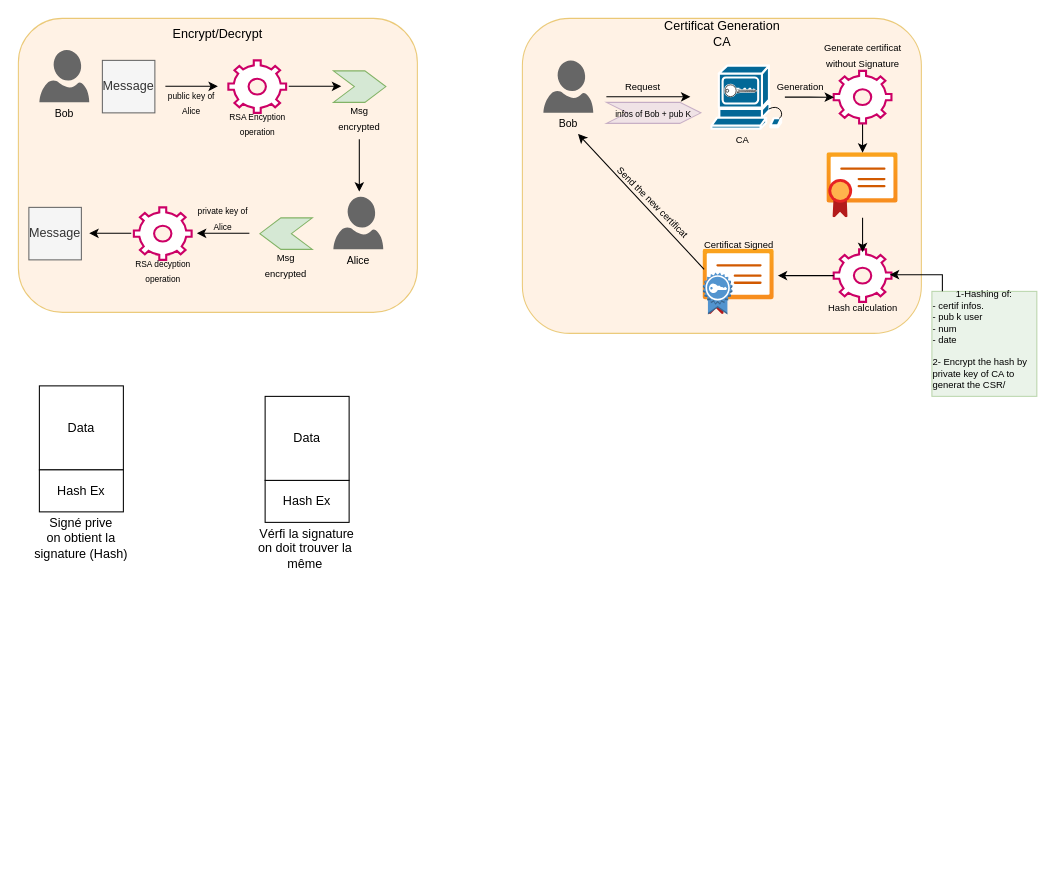
This is schema.drawio from mahmoud-illourmane/projet-rt802, a draw.io file, before an edit. Source tidied: cells renumbered, new cells numbered last; positions are measured from the earlier drawing's top-left corner, leaving out a move shared by most shapes. Both pictures are drawn from the tidied source at 105%, with x=0, y=0 at pixel (18, 18).
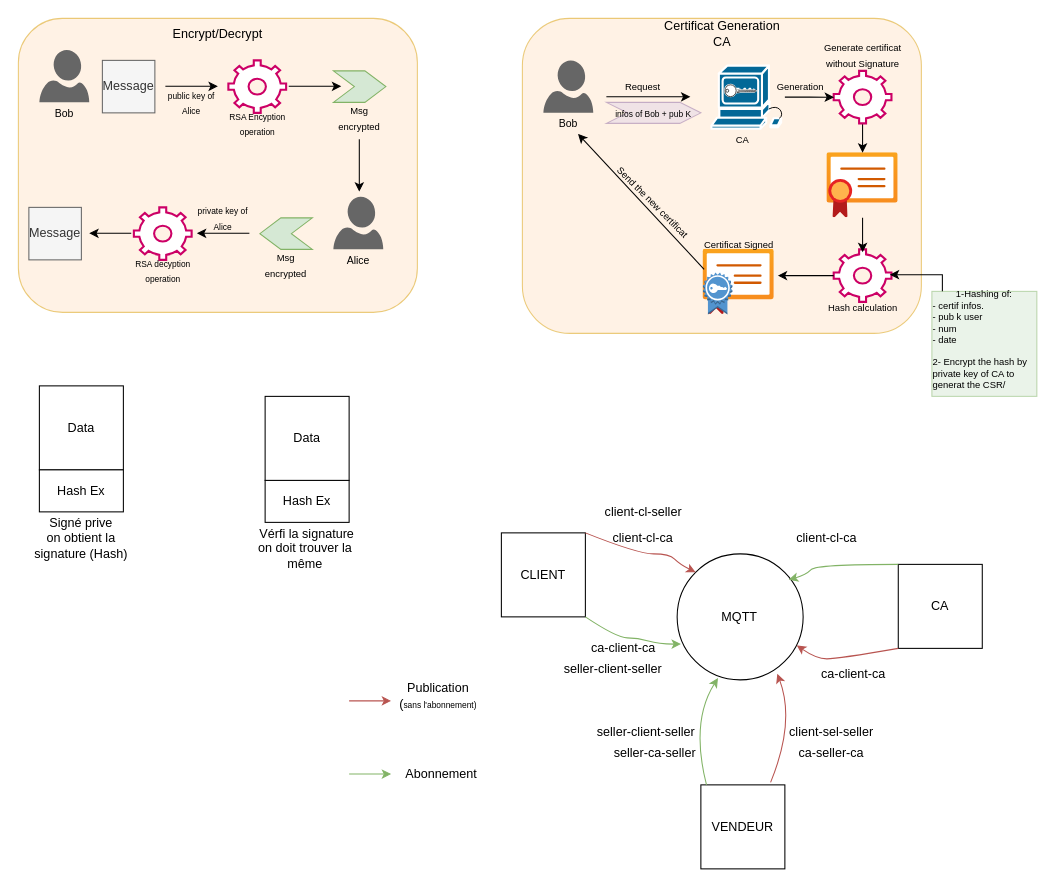
The same page after the edit.

Change to the diagram source:
```diff
@@
+    <mxCell id="63" value="CLIENT" style="whiteSpace=wrap;html=1;" parent="1" vertex="1">
+      <mxGeometry x="460" y="490" width="80" height="80" as="geometry" />
+    </mxCell>
+    <mxCell id="64" value="VENDEUR" style="whiteSpace=wrap;html=1;" parent="1" vertex="1">
+      <mxGeometry x="650" y="730" width="80" height="80" as="geometry" />
+    </mxCell>
+    <mxCell id="65" value="CA" style="whiteSpace=wrap;html=1;" parent="1" vertex="1">
+      <mxGeometry x="838" y="520" width="80" height="80" as="geometry" />
+    </mxCell>
+    <mxCell id="66" value="MQTT" style="ellipse;whiteSpace=wrap;html=1;" parent="1" vertex="1">
+      <mxGeometry x="627.4" y="510" width="120" height="120" as="geometry" />
+    </mxCell>
+    <mxCell id="67" style="curved=1;endArrow=classic;html=1;rounded=0;exitX=1;exitY=0;exitDx=0;exitDy=0;entryX=0;entryY=0;entryDx=0;entryDy=0;fillColor=#f8cecc;strokeColor=#b85450;" parent="1" edge="1" source="63" target="66">
+      <mxGeometry relative="1" as="geometry">
+        <Array as="points">
+          <mxPoint x="590" y="510" />
+          <mxPoint x="620" y="510" />
+          <mxPoint x="630" y="520" />
+        </Array>
+      </mxGeometry>
+    </mxCell>
+    <mxCell id="68" value="client-cl-ca" style="text;html=1;align=center;verticalAlign=middle;whiteSpace=wrap;rounded=0;" parent="1" vertex="1">
+      <mxGeometry x="565" y="480" width="60" height="30" as="geometry" />
+    </mxCell>
+    <mxCell id="69" style="curved=1;endArrow=classic;html=1;rounded=0;exitX=1;exitY=1;exitDx=0;exitDy=0;entryX=0.03;entryY=0.716;entryDx=0;entryDy=0;entryPerimeter=0;fillColor=#d5e8d4;strokeColor=#82b366;" parent="1" edge="1" source="63" target="66">
+      <mxGeometry relative="1" as="geometry">
+        <Array as="points">
+          <mxPoint x="570" y="590" />
+          <mxPoint x="590" y="590" />
+          <mxPoint x="610" y="596" />
+        </Array>
+      </mxGeometry>
+    </mxCell>
+    <mxCell id="70" style="curved=1;endArrow=classic;html=1;rounded=0;exitX=0;exitY=0;exitDx=0;exitDy=0;entryX=0.886;entryY=0.206;entryDx=0;entryDy=0;fillColor=#d5e8d4;strokeColor=#82b366;entryPerimeter=0;" parent="1" edge="1" source="65" target="66">
+      <mxGeometry relative="1" as="geometry">
+        <Array as="points">
+          <mxPoint x="760" y="520" />
+          <mxPoint x="750" y="530" />
+        </Array>
+      </mxGeometry>
+    </mxCell>
+    <mxCell id="71" value="client-cl-ca" style="text;html=1;align=center;verticalAlign=middle;whiteSpace=wrap;rounded=0;" parent="1" vertex="1">
+      <mxGeometry x="740" y="480" width="60" height="30" as="geometry" />
+    </mxCell>
+    <mxCell id="72" style="curved=1;endArrow=classic;html=1;rounded=0;exitX=0;exitY=1;exitDx=0;exitDy=0;entryX=0.949;entryY=0.726;entryDx=0;entryDy=0;fillColor=#f8cecc;strokeColor=#b85450;entryPerimeter=0;" parent="1" edge="1" source="65" target="66">
+      <mxGeometry relative="1" as="geometry">
+        <Array as="points">
+          <mxPoint x="780" y="610" />
+          <mxPoint x="760" y="610" />
+        </Array>
+      </mxGeometry>
+    </mxCell>
+    <mxCell id="73" value="ca-client-ca" style="text;html=1;align=center;verticalAlign=middle;whiteSpace=wrap;rounded=0;" parent="1" vertex="1">
+      <mxGeometry x="758.9" y="610" width="72.6" height="30" as="geometry" />
+    </mxCell>
+    <mxCell id="74" style="endArrow=classic;html=1;rounded=0;fillColor=#f8cecc;strokeColor=#b85450;" parent="1" edge="1">
+      <mxGeometry relative="1" as="geometry">
+        <mxPoint x="315" y="650" as="sourcePoint" />
+        <mxPoint x="355" y="650" as="targetPoint" />
+      </mxGeometry>
+    </mxCell>
+    <mxCell id="75" value="Publication (&lt;font style=&quot;font-size: 8px;&quot;&gt;sans&amp;nbsp;l'abonnement)&lt;/font&gt;" style="text;html=1;align=center;verticalAlign=middle;whiteSpace=wrap;rounded=0;" parent="1" vertex="1">
+      <mxGeometry x="340" y="630" width="120" height="30" as="geometry" />
+    </mxCell>
+    <mxCell id="76" style="endArrow=classic;html=1;rounded=0;fillColor=#d5e8d4;strokeColor=#82b366;" parent="1" edge="1">
+      <mxGeometry relative="1" as="geometry">
+        <mxPoint x="315" y="719.7" as="sourcePoint" />
+        <mxPoint x="355" y="719.7" as="targetPoint" />
+      </mxGeometry>
+    </mxCell>
+    <mxCell id="77" value="&amp;nbsp; Abonnement" style="text;html=1;align=center;verticalAlign=middle;whiteSpace=wrap;rounded=0;" parent="1" vertex="1">
+      <mxGeometry x="340" y="705" width="120" height="30" as="geometry" />
+    </mxCell>
+    <mxCell id="78" value="ca-client-ca" style="text;html=1;align=center;verticalAlign=middle;whiteSpace=wrap;rounded=0;" parent="1" vertex="1">
+      <mxGeometry x="540" y="590" width="72.6" height="20" as="geometry" />
+    </mxCell>
+    <mxCell id="79" style="curved=1;endArrow=classic;html=1;rounded=0;entryX=0.324;entryY=0.986;entryDx=0;entryDy=0;entryPerimeter=0;exitX=0.067;exitY=0;exitDx=0;exitDy=0;exitPerimeter=0;fillColor=#d5e8d4;strokeColor=#82b366;" parent="1" edge="1" source="64" target="66">
+      <mxGeometry relative="1" as="geometry">
+        <Array as="points">
+          <mxPoint x="640" y="670" />
+        </Array>
+      </mxGeometry>
+    </mxCell>
+    <mxCell id="80" value="client-cl-seller" style="text;html=1;align=center;verticalAlign=middle;whiteSpace=wrap;rounded=0;" parent="1" vertex="1">
+      <mxGeometry x="553.8" y="460" width="82.5" height="20" as="geometry" />
+    </mxCell>
+    <mxCell id="81" value="seller-client-seller" style="text;html=1;align=center;verticalAlign=middle;whiteSpace=wrap;rounded=0;" parent="1" vertex="1">
+      <mxGeometry x="504.8" y="610" width="122.6" height="20" as="geometry" />
+    </mxCell>
+    <mxCell id="82" value="seller-client-seller" style="text;html=1;align=center;verticalAlign=middle;whiteSpace=wrap;rounded=0;" parent="1" vertex="1">
+      <mxGeometry x="550" y="670" width="96.2" height="20" as="geometry" />
+    </mxCell>
+    <mxCell id="83" style="curved=1;endArrow=classic;html=1;rounded=0;entryX=0.795;entryY=0.952;entryDx=0;entryDy=0;entryPerimeter=0;fillColor=#f8cecc;strokeColor=#b85450;exitX=0.83;exitY=-0.03;exitDx=0;exitDy=0;exitPerimeter=0;" parent="1" edge="1" source="64" target="66">
+      <mxGeometry relative="1" as="geometry">
+        <Array as="points">
+          <mxPoint x="740" y="670" />
+        </Array>
+      </mxGeometry>
+    </mxCell>
+    <mxCell id="84" value="client-sel-seller" style="text;html=1;align=center;verticalAlign=middle;whiteSpace=wrap;rounded=0;" parent="1" vertex="1">
+      <mxGeometry x="732.5" y="670" width="82.5" height="20" as="geometry" />
+    </mxCell>
+    <mxCell id="85" value="seller-ca-seller" style="text;html=1;align=center;verticalAlign=middle;whiteSpace=wrap;rounded=0;" parent="1" vertex="1">
+      <mxGeometry x="565" y="690" width="82.5" height="20" as="geometry" />
+    </mxCell>
+    <mxCell id="86" value="ca-seller-ca" style="text;html=1;align=center;verticalAlign=middle;whiteSpace=wrap;rounded=0;" parent="1" vertex="1">
+      <mxGeometry x="732.5" y="690" width="82.5" height="20" as="geometry" />
+    </mxCell>
```
